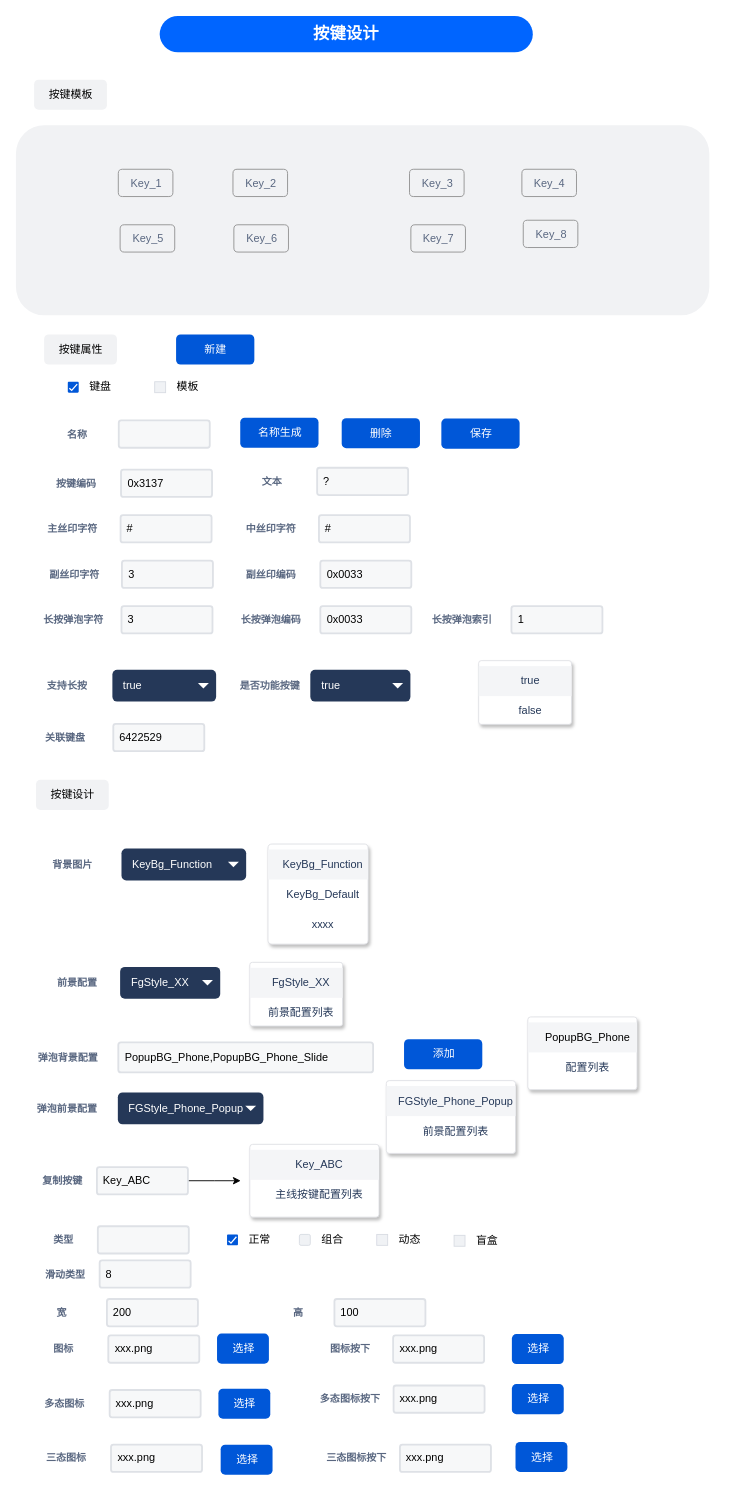
This is layout-editor/按键设置.drawio from chonglv/charts, a draw.io file, before an edit. Source tidied: cells renumbered, new cells numbered last; positions are measured from the earlier drawing's top-left corner, leaving out a move shared by most shapes. Both pictures are drawn from the tidied source at 91%, with x=0, y=0 at pixel (15, 15).
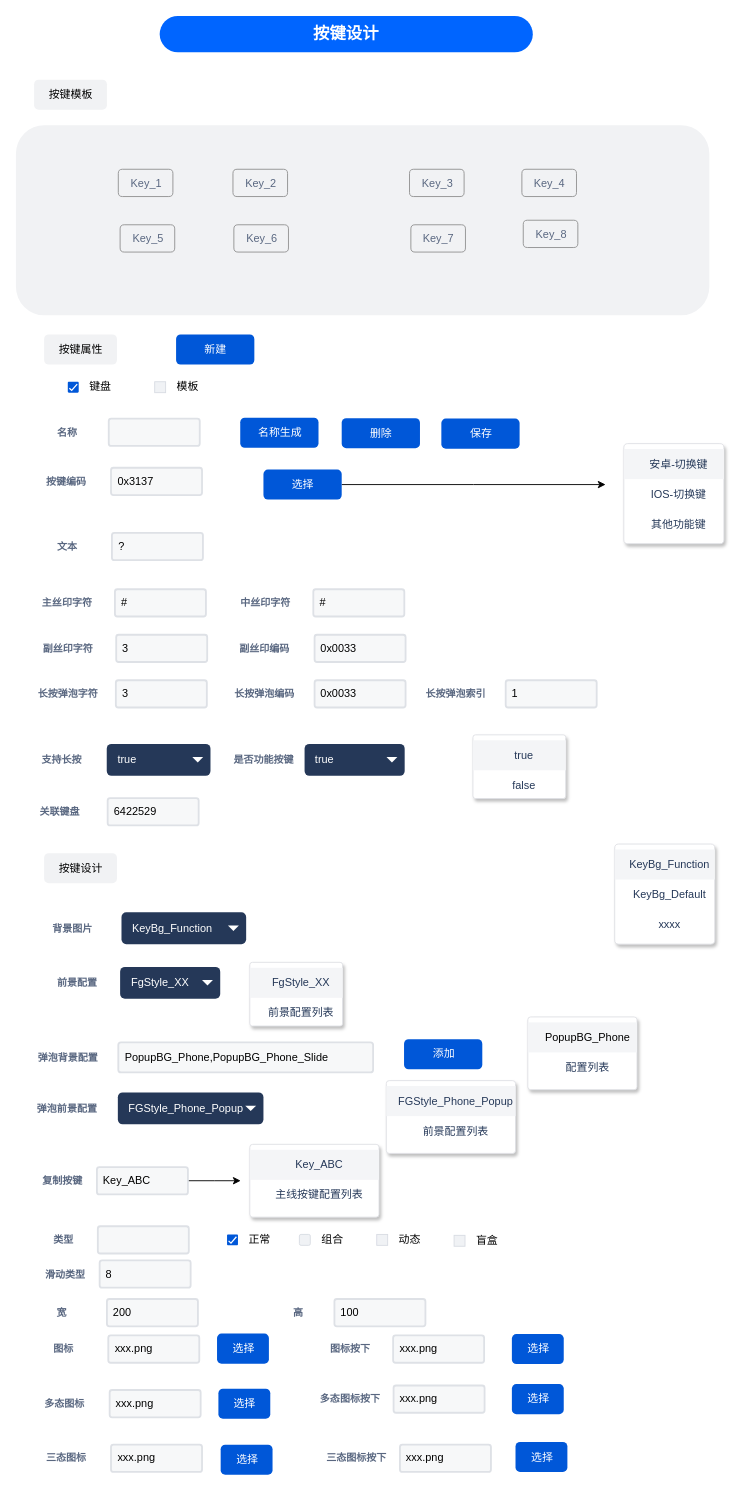
After the change.

Commit message:
更新按键设置.drawio

The edit, as a diff of the source:
```diff
@@
     <mxCell id="3" value="名称" style="fillColor=none;strokeColor=none;html=1;fontSize=11;fontStyle=0;align=center;fontColor=#596780;fontStyle=1;fontSize=11;" parent="1" vertex="1">
-      <mxGeometry x="36.5" y="449.5" width="60" height="20" as="geometry" />
+      <mxGeometry x="25.5" y="447.5" width="60" height="20" as="geometry" />
     </mxCell>
@@
     <mxCell id="5" style="rounded=1;arcSize=9;fillColor=#F7F8F9;align=left;spacingLeft=5;strokeColor=#DEE1E6;html=1;strokeWidth=2;fontSize=12;" parent="1" vertex="1">
-      <mxGeometry x="113" y="444.5" width="100" height="30" as="geometry" />
+      <mxGeometry x="102" y="442.5" width="100" height="30" as="geometry" />
     </mxCell>
@@
     <mxCell id="30" value="背景图片" style="fillColor=none;strokeColor=none;html=1;fontSize=11;fontStyle=0;align=center;fontColor=#596780;fontStyle=1;fontSize=11;" parent="1" vertex="1">
-      <mxGeometry x="32" y="922.5" width="60" height="20" as="geometry" />
+      <mxGeometry x="32" y="992.5" width="60" height="20" as="geometry" />
     </mxCell>
     <mxCell id="31" value="KeyBg_Function" style="rounded=1;fillColor=#253858;strokeColor=none;html=1;fontColor=#ffffff;align=left;fontSize=12;spacingLeft=10;" parent="1" vertex="1">
-      <mxGeometry x="116" y="915" width="137" height="35" as="geometry" />
+      <mxGeometry x="116" y="985" width="137" height="35" as="geometry" />
     </mxCell>
@@
     <mxCell id="33" style="rounded=1;fillColor=#ffffff;strokeColor=#DFE1E5;shadow=1;html=1;arcSize=4;align=center;" parent="1" vertex="1">
-      <mxGeometry x="277" y="910" width="110" height="110" as="geometry" />
+      <mxGeometry x="658" y="910" width="110" height="110" as="geometry" />
     </mxCell>
@@
     <mxCell id="37" value="按键编码" style="fillColor=none;strokeColor=none;html=1;fontSize=11;fontStyle=0;align=center;fontColor=#596780;fontStyle=1;fontSize=11;" parent="1" vertex="1">
-      <mxGeometry x="35.5" y="503.5" width="60" height="20" as="geometry" />
+      <mxGeometry x="24.5" y="501.5" width="60" height="20" as="geometry" />
     </mxCell>
     <mxCell id="38" value="0x3137" style="rounded=1;arcSize=9;fillColor=#F7F8F9;align=left;spacingLeft=5;strokeColor=#DEE1E6;html=1;strokeWidth=2;fontSize=12;" parent="1" vertex="1">
-      <mxGeometry x="115.5" y="498.5" width="100" height="30" as="geometry" />
+      <mxGeometry x="104.5" y="496.5" width="100" height="30" as="geometry" />
     </mxCell>
     <mxCell id="39" value="主丝印字符" style="fillColor=none;strokeColor=none;html=1;fontSize=11;fontStyle=0;align=center;fontColor=#596780;fontStyle=1;fontSize=11;" parent="1" vertex="1">
-      <mxGeometry x="32" y="553.5" width="60" height="20" as="geometry" />
+      <mxGeometry x="25.8" y="635" width="60" height="20" as="geometry" />
     </mxCell>
     <mxCell id="40" value="#" style="rounded=1;arcSize=9;fillColor=#F7F8F9;align=left;spacingLeft=5;strokeColor=#DEE1E6;html=1;strokeWidth=2;fontSize=12;" parent="1" vertex="1">
-      <mxGeometry x="115" y="548.5" width="100" height="30" as="geometry" />
+      <mxGeometry x="108.8" y="630" width="100" height="30" as="geometry" />
     </mxCell>
     <mxCell id="41" value="副丝印字符" style="fillColor=none;strokeColor=none;html=1;fontSize=11;fontStyle=0;align=center;fontColor=#596780;fontStyle=1;fontSize=11;" parent="1" vertex="1">
-      <mxGeometry x="33.5" y="603.5" width="60" height="20" as="geometry" />
+      <mxGeometry x="27.2" y="685" width="60" height="20" as="geometry" />
     </mxCell>
     <mxCell id="42" value="3" style="rounded=1;arcSize=9;fillColor=#F7F8F9;align=left;spacingLeft=5;strokeColor=#DEE1E6;html=1;strokeWidth=2;fontSize=12;" parent="1" vertex="1">
-      <mxGeometry x="116.5" y="598.5" width="100" height="30" as="geometry" />
+      <mxGeometry x="110.2" y="680" width="100" height="30" as="geometry" />
     </mxCell>
     <mxCell id="43" value="副丝印编码" style="fillColor=none;strokeColor=none;html=1;fontSize=11;fontStyle=0;align=center;fontColor=#596780;fontStyle=1;fontSize=11;" parent="1" vertex="1">
-      <mxGeometry x="249.5" y="603.5" width="60" height="20" as="geometry" />
+      <mxGeometry x="243.2" y="685" width="60" height="20" as="geometry" />
     </mxCell>
     <mxCell id="44" value="0x0033" style="rounded=1;arcSize=9;fillColor=#F7F8F9;align=left;spacingLeft=5;strokeColor=#DEE1E6;html=1;strokeWidth=2;fontSize=12;" parent="1" vertex="1">
-      <mxGeometry x="334.5" y="598.5" width="100" height="30" as="geometry" />
+      <mxGeometry x="328.2" y="680" width="100" height="30" as="geometry" />
     </mxCell>
     <mxCell id="45" value="长按弹泡字符" style="fillColor=none;strokeColor=none;html=1;fontSize=11;fontStyle=0;align=center;fontColor=#596780;fontStyle=1;fontSize=11;" parent="1" vertex="1">
-      <mxGeometry x="33" y="653.5" width="60" height="20" as="geometry" />
+      <mxGeometry x="26.8" y="735" width="60" height="20" as="geometry" />
     </mxCell>
     <mxCell id="46" value="3" style="rounded=1;arcSize=9;fillColor=#F7F8F9;align=left;spacingLeft=5;strokeColor=#DEE1E6;html=1;strokeWidth=2;fontSize=12;" parent="1" vertex="1">
-      <mxGeometry x="116" y="648.5" width="100" height="30" as="geometry" />
+      <mxGeometry x="109.8" y="730" width="100" height="30" as="geometry" />
     </mxCell>
     <mxCell id="47" value="长按弹泡编码" style="fillColor=none;strokeColor=none;html=1;fontSize=11;fontStyle=0;align=center;fontColor=#596780;fontStyle=1;fontSize=11;" parent="1" vertex="1">
-      <mxGeometry x="249.5" y="653.5" width="60" height="20" as="geometry" />
+      <mxGeometry x="243.2" y="735" width="60" height="20" as="geometry" />
     </mxCell>
     <mxCell id="48" value="0x0033" style="rounded=1;arcSize=9;fillColor=#F7F8F9;align=left;spacingLeft=5;strokeColor=#DEE1E6;html=1;strokeWidth=2;fontSize=12;" parent="1" vertex="1">
-      <mxGeometry x="334.5" y="648.5" width="100" height="30" as="geometry" />
+      <mxGeometry x="328.2" y="730" width="100" height="30" as="geometry" />
     </mxCell>
     <mxCell id="49" value="支持长按" style="fillColor=none;strokeColor=none;html=1;fontSize=11;fontStyle=0;align=center;fontColor=#596780;fontStyle=1;fontSize=11;" parent="1" vertex="1">
-      <mxGeometry x="26" y="726" width="60" height="20" as="geometry" />
+      <mxGeometry x="19.8" y="807.5" width="60" height="20" as="geometry" />
     </mxCell>
     <mxCell id="50" value="true" style="rounded=1;fillColor=#253858;strokeColor=none;html=1;fontColor=#ffffff;align=left;fontSize=12;spacingLeft=10;" parent="1" vertex="1">
-      <mxGeometry x="106" y="718.5" width="114" height="35" as="geometry" />
+      <mxGeometry x="99.8" y="800" width="114" height="35" as="geometry" />
     </mxCell>
@@
     <mxCell id="52" style="rounded=1;fillColor=#ffffff;strokeColor=#DFE1E5;shadow=1;html=1;arcSize=4;align=center;" parent="1" vertex="1">
-      <mxGeometry x="508.5" y="708.5" width="102" height="70" as="geometry" />
+      <mxGeometry x="502.2" y="790" width="102" height="70" as="geometry" />
     </mxCell>
@@
     <mxCell id="55" value="是否功能按键" style="fillColor=none;strokeColor=none;html=1;fontSize=11;fontStyle=0;align=center;fontColor=#596780;fontStyle=1;fontSize=11;" parent="1" vertex="1">
-      <mxGeometry x="248.5" y="726" width="60" height="20" as="geometry" />
+      <mxGeometry x="242.2" y="807.5" width="60" height="20" as="geometry" />
     </mxCell>
     <mxCell id="56" value="true" style="rounded=1;fillColor=#253858;strokeColor=none;html=1;fontColor=#ffffff;align=left;fontSize=12;spacingLeft=10;" parent="1" vertex="1">
-      <mxGeometry x="323.5" y="718.5" width="110" height="35" as="geometry" />
+      <mxGeometry x="317.2" y="800" width="110" height="35" as="geometry" />
     </mxCell>
@@
     <mxCell id="84" value="长按弹泡索引" style="fillColor=none;strokeColor=none;html=1;fontSize=11;fontStyle=0;align=center;fontColor=#596780;fontStyle=1;fontSize=11;" parent="1" vertex="1">
-      <mxGeometry x="459.5" y="653.5" width="60" height="20" as="geometry" />
+      <mxGeometry x="453.2" y="735" width="60" height="20" as="geometry" />
     </mxCell>
     <mxCell id="85" value="1" style="rounded=1;arcSize=9;fillColor=#F7F8F9;align=left;spacingLeft=5;strokeColor=#DEE1E6;html=1;strokeWidth=2;fontSize=12;" parent="1" vertex="1">
-      <mxGeometry x="544.5" y="648.5" width="100" height="30" as="geometry" />
+      <mxGeometry x="538.2" y="730" width="100" height="30" as="geometry" />
     </mxCell>
     <mxCell id="86" value="中丝印字符" style="fillColor=none;strokeColor=none;html=1;fontSize=11;fontStyle=0;align=center;fontColor=#596780;fontStyle=1;fontSize=11;" parent="1" vertex="1">
-      <mxGeometry x="250" y="553.5" width="60" height="20" as="geometry" />
+      <mxGeometry x="243.8" y="635" width="60" height="20" as="geometry" />
     </mxCell>
     <mxCell id="87" value="#" style="rounded=1;arcSize=9;fillColor=#F7F8F9;align=left;spacingLeft=5;strokeColor=#DEE1E6;html=1;strokeWidth=2;fontSize=12;" parent="1" vertex="1">
-      <mxGeometry x="333" y="548.5" width="100" height="30" as="geometry" />
+      <mxGeometry x="326.8" y="630" width="100" height="30" as="geometry" />
     </mxCell>
     <mxCell id="88" value="文本" style="fillColor=none;strokeColor=none;html=1;fontSize=11;fontStyle=0;align=center;fontColor=#596780;fontStyle=1;fontSize=11;" parent="1" vertex="1">
-      <mxGeometry x="251" y="501.5" width="60" height="20" as="geometry" />
+      <mxGeometry x="25.5" y="573" width="60" height="20" as="geometry" />
     </mxCell>
     <mxCell id="89" value="?" style="rounded=1;arcSize=9;fillColor=#F7F8F9;align=left;spacingLeft=5;strokeColor=#DEE1E6;html=1;strokeWidth=2;fontSize=12;" parent="1" vertex="1">
-      <mxGeometry x="331" y="496.5" width="100" height="30" as="geometry" />
+      <mxGeometry x="105.5" y="568" width="100" height="30" as="geometry" />
     </mxCell>
@@
     <mxCell id="91" value="&lt;span style=&quot;color: rgb(0 , 0 , 0)&quot;&gt;按键设计&lt;/span&gt;" style="rounded=1;align=center;fillColor=#F1F2F4;strokeColor=none;html=1;fontColor=#596780;fontSize=12;" parent="1" vertex="1">
-      <mxGeometry x="22" y="839.5" width="80" height="33" as="geometry" />
+      <mxGeometry x="31" y="920" width="80" height="33" as="geometry" />
     </mxCell>
@@
     <mxCell id="98" value="关联键盘" style="fillColor=none;strokeColor=none;html=1;fontSize=11;fontStyle=0;align=center;fontColor=#596780;fontStyle=1;fontSize=11;" parent="1" vertex="1">
-      <mxGeometry x="24" y="783" width="60" height="20" as="geometry" />
+      <mxGeometry x="17.8" y="864.5" width="60" height="20" as="geometry" />
     </mxCell>
     <mxCell id="99" value="6422529" style="rounded=1;arcSize=9;fillColor=#F7F8F9;align=left;spacingLeft=5;strokeColor=#DEE1E6;html=1;strokeWidth=2;fontSize=12;" parent="1" vertex="1">
-      <mxGeometry x="107" y="778" width="100" height="30" as="geometry" />
+      <mxGeometry x="100.8" y="859.5" width="100" height="30" as="geometry" />
     </mxCell>
@@
+    <mxCell id="113" style="edgeStyle=orthogonalEdgeStyle;rounded=0;jettySize=auto;html=1;" parent="1" edge="1" source="114">
+      <mxGeometry relative="1" as="geometry">
+        <mxPoint x="648" y="515" as="targetPoint" />
+      </mxGeometry>
+    </mxCell>
+    <mxCell id="114" value="选择" style="rounded=1;fillColor=#0057D8;align=center;strokeColor=none;html=1;fontColor=#ffffff;fontSize=12;" parent="1" vertex="1">
+      <mxGeometry x="272" y="498.5" width="86" height="33" as="geometry" />
+    </mxCell>
+    <mxCell id="115" style="rounded=1;fillColor=#ffffff;strokeColor=#DFE1E5;shadow=1;html=1;arcSize=4;align=center;" parent="1" vertex="1">
+      <mxGeometry x="668" y="470" width="110" height="110" as="geometry" />
+    </mxCell>
+    <mxCell id="116" value="安卓-切换键" style="rounded=0;fillColor=#F4F5F7;strokeColor=none;shadow=0;html=1;align=center;fontSize=12;spacingLeft=10;fontColor=#253858;" parent="115" vertex="1">
+      <mxGeometry width="110" height="33" relative="1" as="geometry">
+        <mxPoint y="6" as="offset" />
+      </mxGeometry>
+    </mxCell>
+    <mxCell id="117" value="IOS-切换键" style="rounded=0;fillColor=none;strokeColor=none;shadow=0;html=1;align=center;fontSize=12;spacingLeft=10;fontColor=#253858;" parent="115" vertex="1">
+      <mxGeometry width="110" height="33" relative="1" as="geometry">
+        <mxPoint y="39" as="offset" />
+      </mxGeometry>
+    </mxCell>
+    <mxCell id="118" value="其他功能键" style="rounded=0;fillColor=none;strokeColor=none;shadow=0;html=1;align=center;fontSize=12;spacingLeft=10;fontColor=#253858;" parent="115" vertex="1">
+      <mxGeometry width="110" height="33" relative="1" as="geometry">
+        <mxPoint y="72" as="offset" />
+      </mxGeometry>
+    </mxCell>
```
